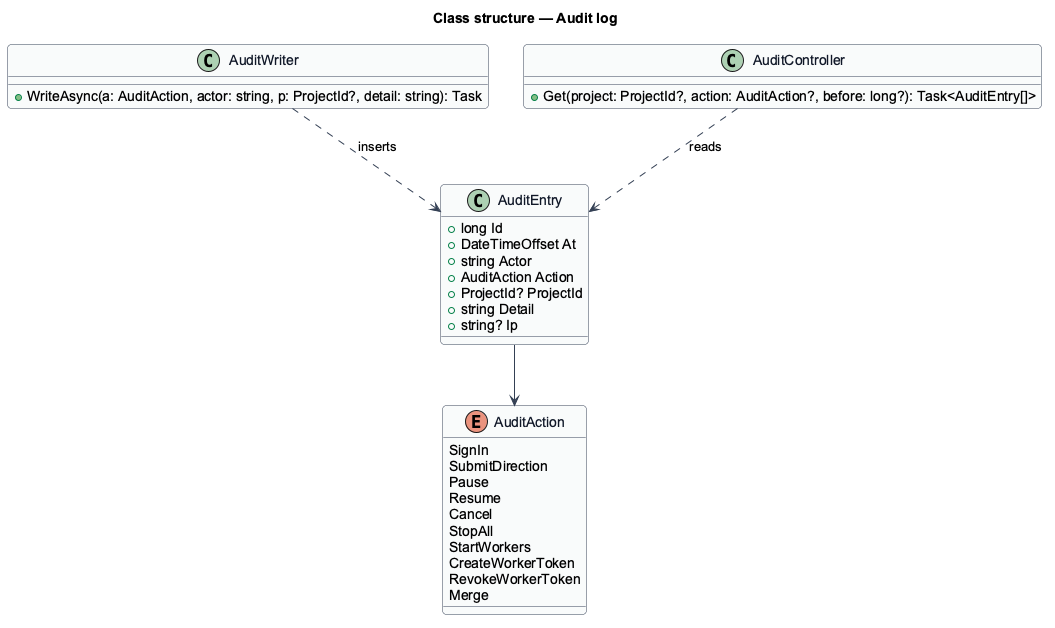
Above: docs/detailed-designs/governance/audit-log/diagrams/class-structure.png in QuinntyneBrown/hewn (PlantUML), before the change.
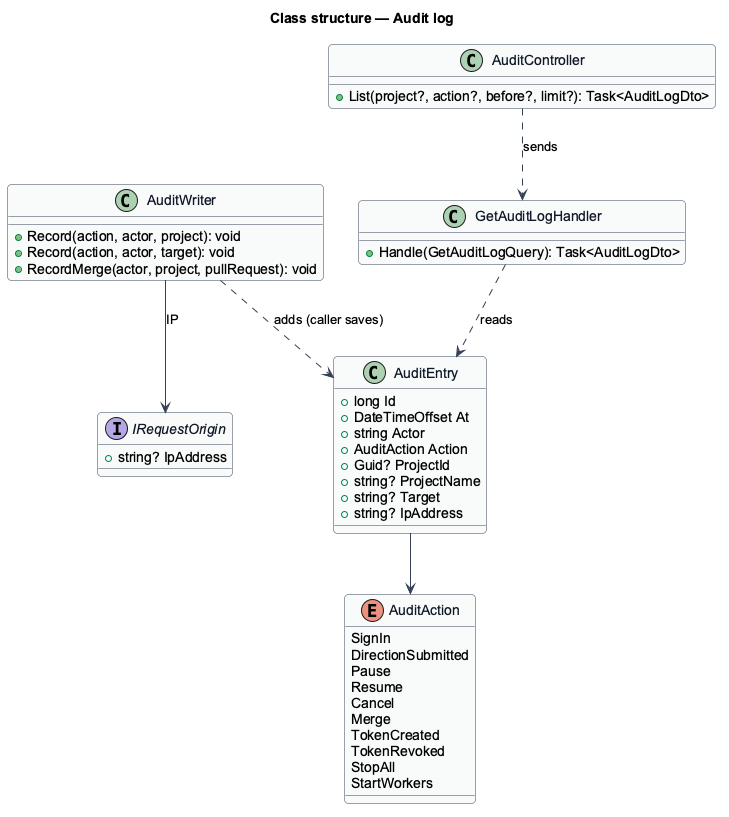
After the change.

What changed in the source:
```diff
@@ -13,32 +13,43 @@
 
 enum AuditAction {
   SignIn
-  SubmitDirection
+  DirectionSubmitted
   Pause
   Resume
   Cancel
+  Merge
+  TokenCreated
+  TokenRevoked
   StopAll
   StartWorkers
-  CreateWorkerToken
-  RevokeWorkerToken
-  Merge
 }
 class AuditEntry {
   +long Id
   +DateTimeOffset At
   +string Actor
   +AuditAction Action
-  +ProjectId? ProjectId
-  +string Detail
-  +string? Ip
+  +Guid? ProjectId
+  +string? ProjectName
+  +string? Target
+  +string? IpAddress
+}
+interface IRequestOrigin {
+  +string? IpAddress
 }
 class AuditWriter {
-  +WriteAsync(a: AuditAction, actor: string, p: ProjectId?, detail: string): Task
+  +Record(action, actor, project): void
+  +Record(action, actor, target): void
+  +RecordMerge(actor, project, pullRequest): void
+}
+class GetAuditLogHandler {
+  +Handle(GetAuditLogQuery): Task<AuditLogDto>
 }
 class AuditController {
-  +Get(project: ProjectId?, action: AuditAction?, before: long?): Task<AuditEntry[]>
+  +List(project?, action?, before?, limit?): Task<AuditLogDto>
 }
 AuditEntry --> AuditAction
-AuditWriter ..> AuditEntry : inserts
-AuditController ..> AuditEntry : reads
+AuditWriter ..> AuditEntry : adds (caller saves)
+AuditWriter --> IRequestOrigin : IP
+AuditController ..> GetAuditLogHandler : sends
+GetAuditLogHandler ..> AuditEntry : reads
 @enduml
```
